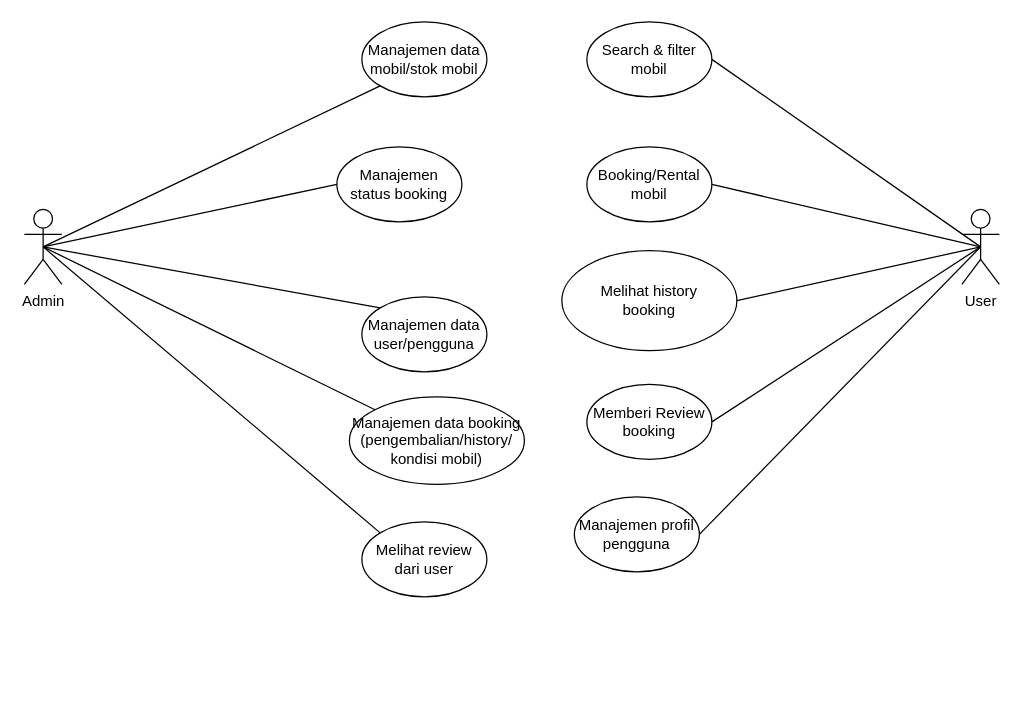
Earlier version of the draw.io diagram design/use case/usecasecar.drawio (muhammmadrizky99/carrental). Source tidied: cells renumbered, new cells numbered last; positions are measured from the earlier drawing's top-left corner, leaving out a move shared by most shapes. Both pictures are drawn from the tidied source at 125%, with x=0, y=0 at pixel (24, 21).
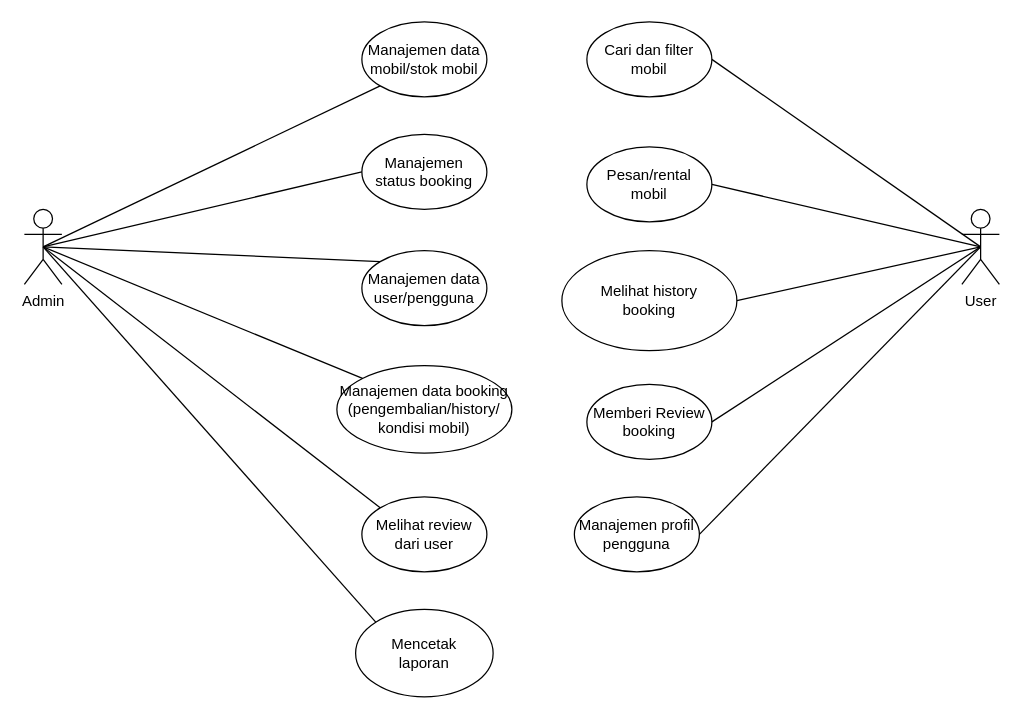
Above is the later version.

The change refers to these unchanged cells:
```xml
<mxCell id="2" value="Admin" style="shape=umlActor;verticalLabelPosition=bottom;verticalAlign=top;html=1;outlineConnect=0;" parent="1" vertex="1">
  <mxGeometry y="150" width="30" height="60" as="geometry" />
</mxCell>
```

What changed in the source:
```diff
@@
     <mxCell id="5" value="Manajemen status booking" style="ellipse;whiteSpace=wrap;html=1;" parent="1" vertex="1">
-      <mxGeometry x="250" y="100" width="100" height="60" as="geometry" />
+      <mxGeometry x="270" y="90" width="100" height="60" as="geometry" />
     </mxCell>
     <mxCell id="6" value="Manajemen data user/pengguna" style="ellipse;whiteSpace=wrap;html=1;" parent="1" vertex="1">
-      <mxGeometry x="270" y="220" width="100" height="60" as="geometry" />
+      <mxGeometry x="270" y="183" width="100" height="60" as="geometry" />
     </mxCell>
     <mxCell id="7" value="Manajemen data booking&lt;div&gt;(pengembalian/history/&lt;br&gt;kondisi mobil)&lt;/div&gt;" style="ellipse;whiteSpace=wrap;html=1;" parent="1" vertex="1">
-      <mxGeometry x="260" y="300" width="140" height="70" as="geometry" />
+      <mxGeometry x="250" y="275" width="140" height="70" as="geometry" />
     </mxCell>
     <mxCell id="8" value="Melihat review dari user" style="ellipse;whiteSpace=wrap;html=1;" parent="1" vertex="1">
-      <mxGeometry x="270" y="400" width="100" height="60" as="geometry" />
+      <mxGeometry x="270" y="380" width="100" height="60" as="geometry" />
     </mxCell>
-    <mxCell id="9" value="Booking/Rental mobil" style="ellipse;whiteSpace=wrap;html=1;" parent="1" vertex="1">
+    <mxCell id="9" value="Pesan/rental mobil" style="ellipse;whiteSpace=wrap;html=1;" parent="1" vertex="1">
       <mxGeometry x="450" y="100" width="100" height="60" as="geometry" />
     </mxCell>
@@
-    <mxCell id="12" value="Search &amp;amp; filter mobil" style="ellipse;whiteSpace=wrap;html=1;" parent="1" vertex="1">
+    <mxCell id="12" value="Cari dan filter mobil" style="ellipse;whiteSpace=wrap;html=1;" parent="1" vertex="1">
       <mxGeometry x="450" width="100" height="60" as="geometry" />
     </mxCell>
@@
+    <mxCell id="24" value="Mencetak&lt;div&gt;laporan&lt;/div&gt;" style="ellipse;whiteSpace=wrap;html=1;" parent="1" vertex="1">
+      <mxGeometry x="265" y="470" width="110" height="70" as="geometry" />
+    </mxCell>
+    <mxCell id="25" style="endArrow=none;html=1;rounded=0;entryX=0;entryY=0;entryDx=0;entryDy=0;exitX=0.5;exitY=0.5;exitDx=0;exitDy=0;exitPerimeter=0;" parent="1" edge="1" source="2" target="24">
+      <mxGeometry relative="1" as="geometry" />
+    </mxCell>
```
